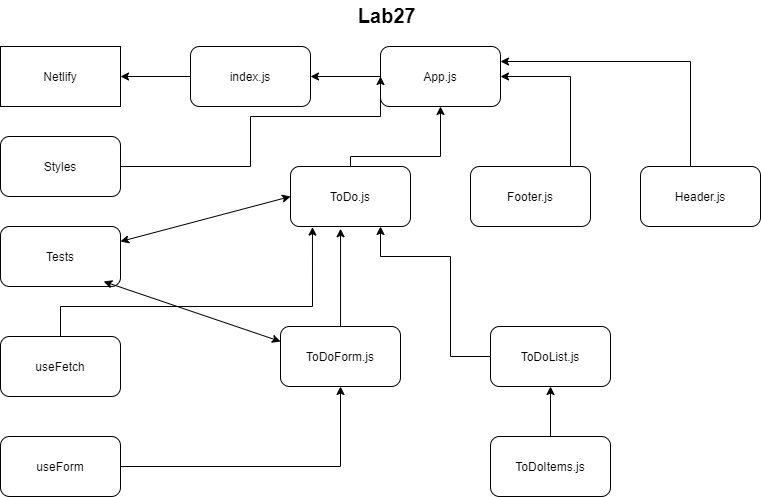
Above: whiteboard.png in Shubham-401n16/Context-API (draw.io), before the change. Source tidied: cells renumbered, new cells last; positions are measured from the earlier drawing's top-left corner, leaving out a move shared by most shapes. Its diagram source:
```xml
<mxGraphModel>
  <root>
    <mxCell id="0" />
    <mxCell id="1" parent="0" />
    <mxCell id="2" value="Netlify" style="rounded=0;whiteSpace=wrap;html=1;" parent="1" vertex="1">
      <mxGeometry y="46" width="120" height="60" as="geometry" />
    </mxCell>
    <mxCell id="3" style="edgeStyle=orthogonalEdgeStyle;rounded=0;jettySize=auto;html=1;entryX=1;entryY=0.5;entryDx=0;entryDy=0;" parent="1" edge="1" source="4" target="2">
      <mxGeometry relative="1" as="geometry" />
    </mxCell>
    <mxCell id="4" value="index.js" style="rounded=1;whiteSpace=wrap;html=1;" parent="1" vertex="1">
      <mxGeometry x="190" y="46" width="120" height="60" as="geometry" />
    </mxCell>
    <mxCell id="5" style="edgeStyle=orthogonalEdgeStyle;rounded=0;jettySize=auto;html=1;entryX=1;entryY=0.5;entryDx=0;entryDy=0;" parent="1" edge="1" source="6" target="4">
      <mxGeometry relative="1" as="geometry" />
    </mxCell>
    <mxCell id="6" value="App.js" style="rounded=1;whiteSpace=wrap;html=1;" parent="1" vertex="1">
      <mxGeometry x="380" y="46" width="120" height="60" as="geometry" />
    </mxCell>
    <mxCell id="7" style="edgeStyle=orthogonalEdgeStyle;rounded=0;jettySize=auto;html=1;entryX=0.5;entryY=1;entryDx=0;entryDy=0;" parent="1" edge="1" source="8" target="6">
      <mxGeometry relative="1" as="geometry">
        <Array as="points">
          <mxPoint x="350" y="156" />
          <mxPoint x="440" y="156" />
        </Array>
      </mxGeometry>
    </mxCell>
    <mxCell id="8" value="ToDo.js" style="rounded=1;whiteSpace=wrap;html=1;" parent="1" vertex="1">
      <mxGeometry x="290" y="166" width="120" height="60" as="geometry" />
    </mxCell>
    <mxCell id="9" style="edgeStyle=orthogonalEdgeStyle;rounded=0;jettySize=auto;html=1;entryX=1;entryY=0.5;entryDx=0;entryDy=0;" parent="1" edge="1" source="10" target="6">
      <mxGeometry relative="1" as="geometry">
        <Array as="points">
          <mxPoint x="570" y="76" />
        </Array>
      </mxGeometry>
    </mxCell>
    <mxCell id="10" value="Footer.js" style="rounded=1;whiteSpace=wrap;html=1;" parent="1" vertex="1">
      <mxGeometry x="470" y="166" width="120" height="60" as="geometry" />
    </mxCell>
    <mxCell id="11" style="edgeStyle=orthogonalEdgeStyle;rounded=0;jettySize=auto;html=1;entryX=1;entryY=0.25;entryDx=0;entryDy=0;" parent="1" edge="1" source="12" target="6">
      <mxGeometry relative="1" as="geometry">
        <Array as="points">
          <mxPoint x="690" y="61" />
        </Array>
      </mxGeometry>
    </mxCell>
    <mxCell id="12" value="Header.js" style="rounded=1;whiteSpace=wrap;html=1;" parent="1" vertex="1">
      <mxGeometry x="640" y="166" width="120" height="60" as="geometry" />
    </mxCell>
    <mxCell id="13" style="edgeStyle=orthogonalEdgeStyle;rounded=0;jettySize=auto;html=1;entryX=0.417;entryY=1.037;entryDx=0;entryDy=0;entryPerimeter=0;" parent="1" edge="1" source="14" target="8">
      <mxGeometry relative="1" as="geometry" />
    </mxCell>
    <mxCell id="14" value="ToDoForm.js" style="rounded=1;whiteSpace=wrap;html=1;" parent="1" vertex="1">
      <mxGeometry x="280" y="326" width="120" height="60" as="geometry" />
    </mxCell>
    <mxCell id="15" style="edgeStyle=orthogonalEdgeStyle;rounded=0;jettySize=auto;html=1;entryX=0.75;entryY=1;entryDx=0;entryDy=0;" parent="1" edge="1" source="16" target="8">
      <mxGeometry relative="1" as="geometry">
        <Array as="points">
          <mxPoint x="450" y="356" />
          <mxPoint x="450" y="256" />
          <mxPoint x="380" y="256" />
        </Array>
      </mxGeometry>
    </mxCell>
    <mxCell id="16" value="ToDoList.js" style="rounded=1;whiteSpace=wrap;html=1;" parent="1" vertex="1">
      <mxGeometry x="490" y="326" width="120" height="60" as="geometry" />
    </mxCell>
    <mxCell id="17" value="Tests" style="rounded=1;whiteSpace=wrap;html=1;" parent="1" vertex="1">
      <mxGeometry y="226" width="120" height="60" as="geometry" />
    </mxCell>
    <mxCell id="18" style="edgeStyle=orthogonalEdgeStyle;rounded=0;jettySize=auto;html=1;entryX=0;entryY=0.5;entryDx=0;entryDy=0;" parent="1" edge="1" source="19" target="6">
      <mxGeometry relative="1" as="geometry">
        <Array as="points">
          <mxPoint x="250" y="166" />
          <mxPoint x="250" y="116" />
          <mxPoint x="380" y="116" />
        </Array>
      </mxGeometry>
    </mxCell>
    <mxCell id="19" value="Styles" style="rounded=1;whiteSpace=wrap;html=1;" parent="1" vertex="1">
      <mxGeometry y="136" width="120" height="60" as="geometry" />
    </mxCell>
    <mxCell id="20" style="endArrow=classic;startArrow=classic;html=1;entryX=0;entryY=0.5;entryDx=0;entryDy=0;exitX=1;exitY=0.25;exitDx=0;exitDy=0;" parent="1" edge="1" source="17" target="8">
      <mxGeometry relative="1" as="geometry" />
    </mxCell>
    <mxCell id="21" style="edgeStyle=orthogonalEdgeStyle;rounded=0;jettySize=auto;html=1;entryX=0.5;entryY=1;entryDx=0;entryDy=0;" parent="1" edge="1" source="22" target="16">
      <mxGeometry relative="1" as="geometry" />
    </mxCell>
    <mxCell id="22" value="ToDoItems.js" style="rounded=1;whiteSpace=wrap;html=1;" parent="1" vertex="1">
      <mxGeometry x="490" y="436" width="120" height="60" as="geometry" />
    </mxCell>
    <mxCell id="23" value="Lab27&amp;nbsp;" style="text;html=1;align=center;verticalAlign=middle;fontStyle=1;fontSize=20;" parent="1" vertex="1">
      <mxGeometry x="349" width="80" height="30" as="geometry" />
    </mxCell>
    <mxCell id="24" style="endArrow=classic;startArrow=classic;html=1;exitX=0.86;exitY=0.917;exitDx=0;exitDy=0;exitPerimeter=0;entryX=0;entryY=0.25;entryDx=0;entryDy=0;" parent="1" edge="1" source="17" target="14">
      <mxGeometry relative="1" as="geometry" />
    </mxCell>
    <mxCell id="25" style="edgeStyle=orthogonalEdgeStyle;rounded=0;jettySize=auto;html=1;entryX=0.183;entryY=1.01;entryDx=0;entryDy=0;entryPerimeter=0;" parent="1" edge="1" source="26" target="8">
      <mxGeometry relative="1" as="geometry">
        <Array as="points">
          <mxPoint x="60" y="306" />
          <mxPoint x="312" y="306" />
        </Array>
      </mxGeometry>
    </mxCell>
    <mxCell id="26" value="useFetch" style="rounded=1;whiteSpace=wrap;html=1;" parent="1" vertex="1">
      <mxGeometry y="336" width="120" height="60" as="geometry" />
    </mxCell>
    <mxCell id="27" style="edgeStyle=orthogonalEdgeStyle;rounded=0;jettySize=auto;html=1;entryX=0.5;entryY=1;entryDx=0;entryDy=0;" parent="1" edge="1" source="28" target="14">
      <mxGeometry relative="1" as="geometry" />
    </mxCell>
    <mxCell id="28" value="useForm" style="rounded=1;whiteSpace=wrap;html=1;" parent="1" vertex="1">
      <mxGeometry y="436" width="120" height="60" as="geometry" />
    </mxCell>
  </root>
</mxGraphModel>
```
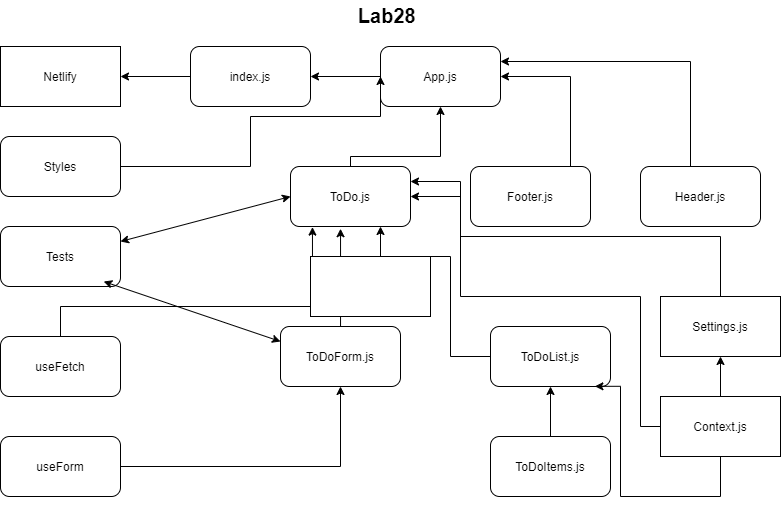
Above is the later version.

Change to the diagram source:
```diff
@@ -90,7 +90,7 @@
     <mxCell id="22" value="ToDoItems.js" style="rounded=1;whiteSpace=wrap;html=1;" parent="1" vertex="1">
       <mxGeometry x="490" y="436" width="120" height="60" as="geometry" />
     </mxCell>
-    <mxCell id="23" value="Lab27&amp;nbsp;" style="text;html=1;align=center;verticalAlign=middle;fontStyle=1;fontSize=20;" parent="1" vertex="1">
+    <mxCell id="23" value="Lab28&amp;nbsp;" style="text;html=1;align=center;verticalAlign=middle;fontStyle=1;fontSize=20;" parent="1" vertex="1">
       <mxGeometry x="349" width="80" height="30" as="geometry" />
     </mxCell>
     <mxCell id="24" style="endArrow=classic;startArrow=classic;html=1;exitX=0.86;exitY=0.917;exitDx=0;exitDy=0;exitPerimeter=0;entryX=0;entryY=0.25;entryDx=0;entryDy=0;" parent="1" edge="1" source="17" target="14">
@@ -113,5 +113,45 @@
     <mxCell id="28" value="useForm" style="rounded=1;whiteSpace=wrap;html=1;" parent="1" vertex="1">
       <mxGeometry y="436" width="120" height="60" as="geometry" />
     </mxCell>
+    <mxCell id="29" style="rounded=0;whiteSpace=wrap;html=1;" parent="1" vertex="1">
+      <mxGeometry x="310" y="256" width="120" height="60" as="geometry" />
+    </mxCell>
+    <mxCell id="30" style="edgeStyle=orthogonalEdgeStyle;rounded=0;jettySize=auto;html=1;entryX=1;entryY=0.25;entryDx=0;entryDy=0;" parent="1" edge="1" source="31" target="8">
+      <mxGeometry relative="1" as="geometry">
+        <Array as="points">
+          <mxPoint x="720" y="236" />
+          <mxPoint x="460" y="236" />
+          <mxPoint x="460" y="181" />
+        </Array>
+      </mxGeometry>
+    </mxCell>
+    <mxCell id="31" value="Settings.js" style="rounded=0;whiteSpace=wrap;html=1;" parent="1" vertex="1">
+      <mxGeometry x="660" y="296" width="120" height="60" as="geometry" />
+    </mxCell>
+    <mxCell id="32" style="edgeStyle=orthogonalEdgeStyle;rounded=0;jettySize=auto;html=1;entryX=1;entryY=0.5;entryDx=0;entryDy=0;" parent="1" edge="1" source="35" target="8">
+      <mxGeometry relative="1" as="geometry">
+        <Array as="points">
+          <mxPoint x="640" y="426" />
+          <mxPoint x="640" y="296" />
+          <mxPoint x="460" y="296" />
+          <mxPoint x="460" y="196" />
+        </Array>
+      </mxGeometry>
+    </mxCell>
+    <mxCell id="33" style="edgeStyle=orthogonalEdgeStyle;rounded=0;jettySize=auto;html=1;exitX=0.5;exitY=0;exitDx=0;exitDy=0;entryX=0.5;entryY=1;entryDx=0;entryDy=0;" parent="1" edge="1" source="35" target="31">
+      <mxGeometry relative="1" as="geometry" />
+    </mxCell>
+    <mxCell id="34" style="edgeStyle=orthogonalEdgeStyle;rounded=0;jettySize=auto;html=1;entryX=0.87;entryY=0.997;entryDx=0;entryDy=0;entryPerimeter=0;" parent="1" edge="1" source="35" target="16">
+      <mxGeometry relative="1" as="geometry">
+        <Array as="points">
+          <mxPoint x="720" y="496" />
+          <mxPoint x="620" y="496" />
+          <mxPoint x="620" y="386" />
+        </Array>
+      </mxGeometry>
+    </mxCell>
+    <mxCell id="35" value="Context.js" style="rounded=0;whiteSpace=wrap;html=1;" parent="1" vertex="1">
+      <mxGeometry x="660" y="396" width="120" height="60" as="geometry" />
+    </mxCell>
   </root>
 </mxGraphModel>
```
